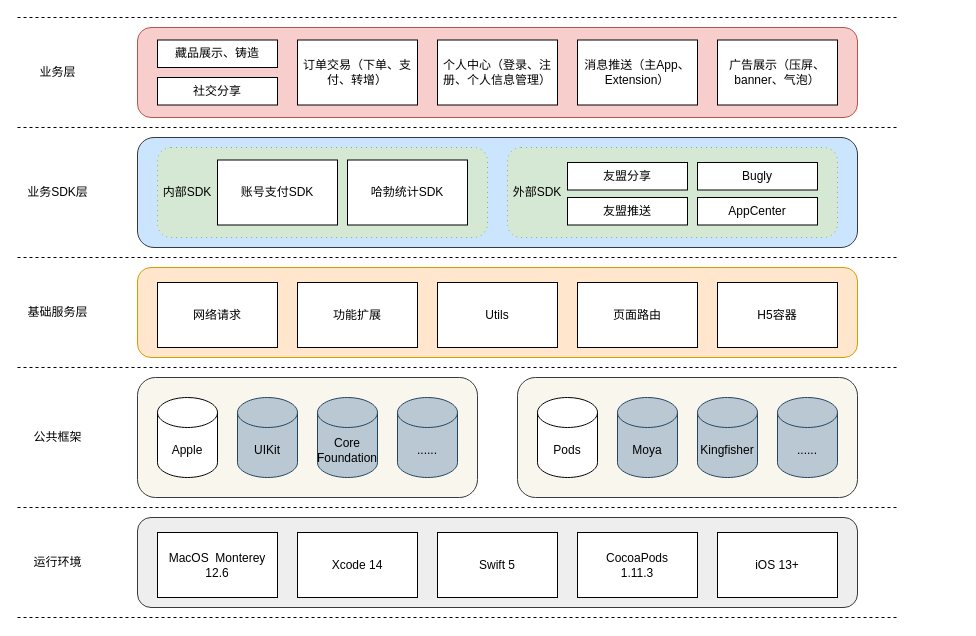
This is 非同数艺架构.drawio from Chouee/pic-bed, a draw.io file, before an edit. Source tidied: cells renumbered, new cells numbered last; positions are measured from the earlier drawing's top-left corner, leaving out a move shared by most shapes. Both pictures are drawn from the tidied source at 100%, with x=0, y=0 at pixel (17, 17).
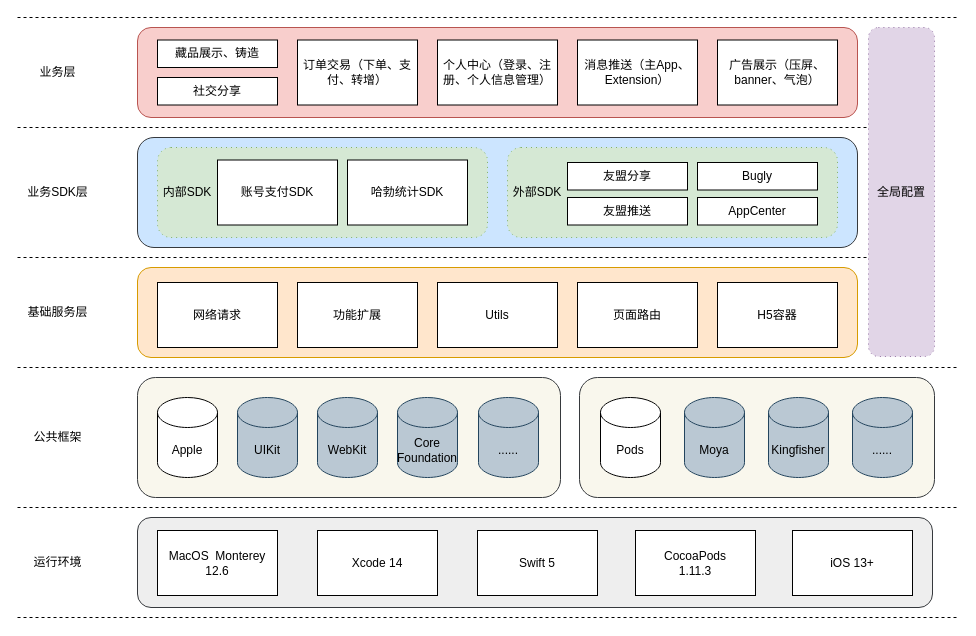
The same diagram, later.

Commit message:
Update 非同数艺架构.drawio

The edit, as a diff of the source:
```diff
@@
     <mxCell id="4" style="rounded=1;whiteSpace=wrap;html=1;fillColor=#f9f7ed;strokeColor=#36393d;" parent="1" vertex="1">
-      <mxGeometry x="120" y="360" width="340" height="120" as="geometry" />
+      <mxGeometry x="120" y="360" width="423" height="120" as="geometry" />
     </mxCell>
@@
-    <mxCell id="7" value="Core&lt;br&gt;Foundation" style="shape=cylinder3;whiteSpace=wrap;html=1;boundedLbl=1;backgroundOutline=1;size=15;fillColor=#bac8d3;strokeColor=#23445d;" parent="1" vertex="1">
+    <mxCell id="7" value="WebKit" style="shape=cylinder3;whiteSpace=wrap;html=1;boundedLbl=1;backgroundOutline=1;size=15;fillColor=#bac8d3;strokeColor=#23445d;" parent="1" vertex="1">
       <mxGeometry x="300" y="380" width="60" height="80" as="geometry" />
     </mxCell>
-    <mxCell id="8" value="......" style="shape=cylinder3;whiteSpace=wrap;html=1;boundedLbl=1;backgroundOutline=1;size=15;fillColor=#bac8d3;strokeColor=#23445d;" parent="1" vertex="1">
+    <mxCell id="8" value="Core&lt;br&gt;Foundation" style="shape=cylinder3;whiteSpace=wrap;html=1;boundedLbl=1;backgroundOutline=1;size=15;fillColor=#bac8d3;strokeColor=#23445d;" parent="1" vertex="1">
       <mxGeometry x="380" y="380" width="60" height="80" as="geometry" />
     </mxCell>
     <mxCell id="9" style="rounded=1;whiteSpace=wrap;html=1;fillColor=#f9f7ed;strokeColor=#36393d;" parent="1" vertex="1">
-      <mxGeometry x="500" y="360" width="340" height="120" as="geometry" />
+      <mxGeometry x="562" y="360" width="355" height="120" as="geometry" />
     </mxCell>
     <mxCell id="10" value="Pods" style="shape=cylinder3;whiteSpace=wrap;html=1;boundedLbl=1;backgroundOutline=1;size=15;" parent="1" vertex="1">
-      <mxGeometry x="520" y="380" width="60" height="80" as="geometry" />
+      <mxGeometry x="583" y="380" width="60" height="80" as="geometry" />
     </mxCell>
     <mxCell id="11" value="Moya" style="shape=cylinder3;whiteSpace=wrap;html=1;boundedLbl=1;backgroundOutline=1;size=15;fillColor=#bac8d3;strokeColor=#23445d;" parent="1" vertex="1">
-      <mxGeometry x="600" y="380" width="60" height="80" as="geometry" />
+      <mxGeometry x="667" y="380" width="60" height="80" as="geometry" />
     </mxCell>
     <mxCell id="12" value="Kingfisher" style="shape=cylinder3;whiteSpace=wrap;html=1;boundedLbl=1;backgroundOutline=1;size=15;fillColor=#bac8d3;strokeColor=#23445d;" parent="1" vertex="1">
-      <mxGeometry x="680" y="380" width="60" height="80" as="geometry" />
+      <mxGeometry x="751" y="380" width="60" height="80" as="geometry" />
     </mxCell>
     <mxCell id="13" value="......" style="shape=cylinder3;whiteSpace=wrap;html=1;boundedLbl=1;backgroundOutline=1;size=15;fillColor=#bac8d3;strokeColor=#23445d;" parent="1" vertex="1">
-      <mxGeometry x="760" y="380" width="60" height="80" as="geometry" />
+      <mxGeometry x="835" y="380" width="60" height="80" as="geometry" />
     </mxCell>
@@
     <mxCell id="15" style="endArrow=none;dashed=1;html=1;rounded=0;" parent="1" edge="1">
       <mxGeometry relative="1" as="geometry">
         <mxPoint y="490" as="sourcePoint" />
-        <mxPoint x="880" y="490" as="targetPoint" />
+        <mxPoint x="940" y="490" as="targetPoint" />
       </mxGeometry>
     </mxCell>
@@
     <mxCell id="17" style="rounded=1;whiteSpace=wrap;html=1;fillColor=#eeeeee;strokeColor=#36393d;" parent="1" vertex="1">
-      <mxGeometry x="120" y="500" width="720" height="90" as="geometry" />
+      <mxGeometry x="120" y="500" width="795" height="90" as="geometry" />
     </mxCell>
     <mxCell id="18" value="MacOS &amp;nbsp;Monterey&lt;br&gt;12.6" style="rounded=0;whiteSpace=wrap;html=1;" parent="1" vertex="1">
-      <mxGeometry x="140" y="515" width="120" height="65" as="geometry" />
+      <mxGeometry x="140" y="513" width="120" height="65" as="geometry" />
     </mxCell>
     <mxCell id="19" value="Xcode 14" style="rounded=0;whiteSpace=wrap;html=1;" parent="1" vertex="1">
-      <mxGeometry x="280" y="515" width="120" height="65" as="geometry" />
+      <mxGeometry x="300" y="513" width="120" height="65" as="geometry" />
     </mxCell>
     <mxCell id="20" value="Swift 5" style="rounded=0;whiteSpace=wrap;html=1;" parent="1" vertex="1">
-      <mxGeometry x="420" y="515" width="120" height="65" as="geometry" />
+      <mxGeometry x="460" y="513" width="120" height="65" as="geometry" />
     </mxCell>
     <mxCell id="21" value="CocoaPods&lt;br&gt;1.11.3" style="rounded=0;whiteSpace=wrap;html=1;" parent="1" vertex="1">
-      <mxGeometry x="560" y="515" width="120" height="65" as="geometry" />
+      <mxGeometry x="618" y="513" width="120" height="65" as="geometry" />
     </mxCell>
     <mxCell id="22" value="iOS 13+" style="rounded=0;whiteSpace=wrap;html=1;" parent="1" vertex="1">
-      <mxGeometry x="700" y="515" width="120" height="65" as="geometry" />
+      <mxGeometry x="775" y="513" width="120" height="65" as="geometry" />
     </mxCell>
     <mxCell id="23" style="endArrow=none;dashed=1;html=1;rounded=0;" parent="1" edge="1">
       <mxGeometry relative="1" as="geometry">
         <mxPoint y="600" as="sourcePoint" />
-        <mxPoint x="880" y="600" as="targetPoint" />
+        <mxPoint x="940" y="600" as="targetPoint" />
       </mxGeometry>
     </mxCell>
     <mxCell id="24" style="endArrow=none;dashed=1;html=1;rounded=0;" parent="1" edge="1">
       <mxGeometry relative="1" as="geometry">
         <mxPoint y="350" as="sourcePoint" />
-        <mxPoint x="880" y="350" as="targetPoint" />
+        <mxPoint x="940" y="350" as="targetPoint" />
       </mxGeometry>
     </mxCell>
@@
     <mxCell id="38" style="endArrow=none;dashed=1;html=1;rounded=0;" parent="1" edge="1">
       <mxGeometry relative="1" as="geometry">
         <mxPoint as="sourcePoint" />
-        <mxPoint x="880" as="targetPoint" />
+        <mxPoint x="939" as="targetPoint" />
       </mxGeometry>
     </mxCell>
@@
+    <mxCell id="53" value="全局配置" style="rounded=1;whiteSpace=wrap;html=1;dashed=1;dashPattern=1 4;fillColor=#e1d5e7;strokeColor=#9673a6;" parent="1" vertex="1">
+      <mxGeometry x="851" y="10" width="66" height="329" as="geometry" />
+    </mxCell>
+    <mxCell id="54" value="......" style="shape=cylinder3;whiteSpace=wrap;html=1;boundedLbl=1;backgroundOutline=1;size=15;fillColor=#bac8d3;strokeColor=#23445d;" parent="1" vertex="1">
+      <mxGeometry x="461" y="380" width="60" height="80" as="geometry" />
+    </mxCell>
```
